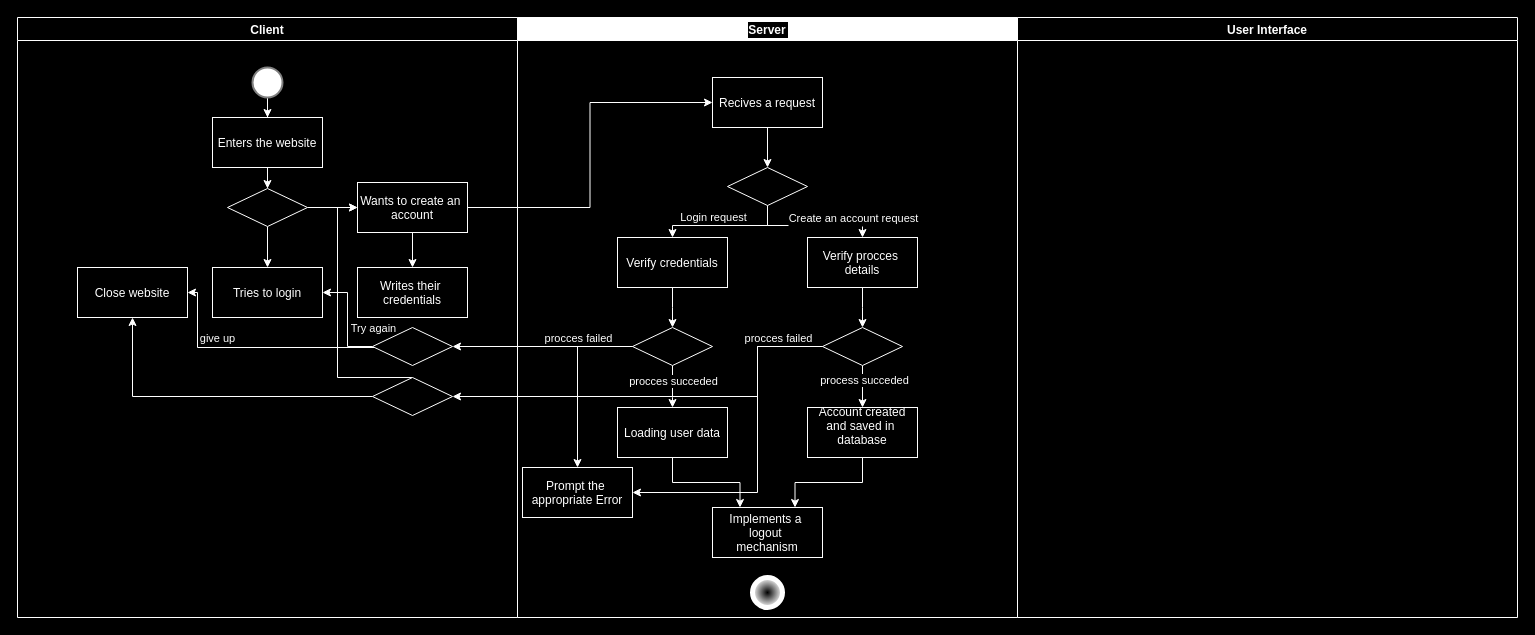
Above: ActivityDiagram.drawio in JJoniV/Clinics-Management-System (draw.io), before the change. Source tidied: cells renumbered, new cells numbered last; positions are measured from the earlier drawing's top-left corner, leaving out a move shared by most shapes. Both pictures are drawn from the tidied source at 100%, with x=0, y=0 at pixel (17, 17).
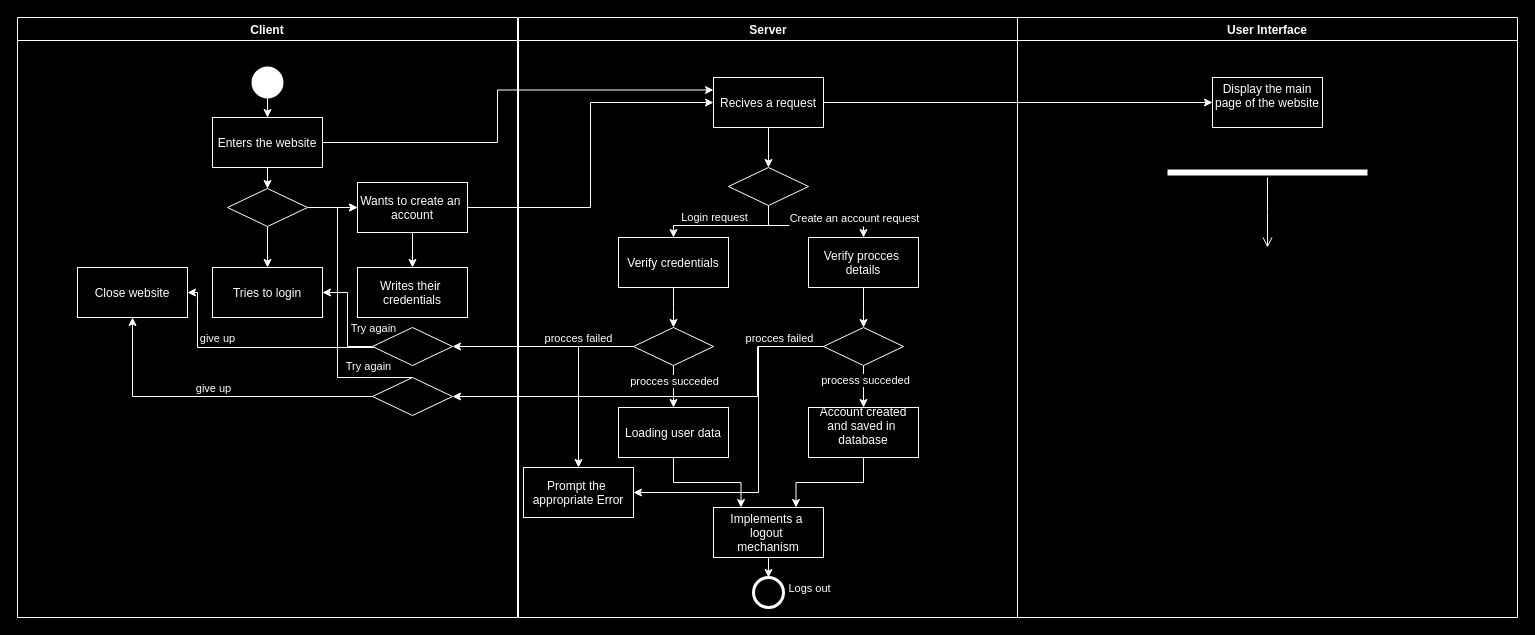
The same page after the edit.

Unchanged cells that the change refers to:
```xml
<mxCell id="2" value="Client" style="swimlane;labelBackgroundColor=#000000;labelBorderColor=#000000;swimlaneLine=1;swimlaneFillColor=#000000;gradientDirection=radial;fontColor=#FFFFFF;fillColor=#000000;fillStyle=auto;strokeColor=#FFFFFF;gradientColor=none;" parent="1" vertex="1">
  <mxGeometry width="500" height="600" as="geometry" />
</mxCell>
<mxCell id="6" value="Enters the website" style="rounded=0;fillColor=#000000;shadow=0;fontColor=#FFFFFF;strokeColor=#FFFFFF;" parent="2" vertex="1">
  <mxGeometry x="195" y="100" width="110" height="50" as="geometry" />
</mxCell>
<mxCell id="25" value="Recives a request" style="rounded=0;fillColor=#000000;shadow=0;fontColor=#FFFFFF;strokeColor=#FFFFFF;" parent="23" vertex="1">
  <mxGeometry x="195" y="60" width="110" height="50" as="geometry" />
</mxCell>
<mxCell id="50" value="Implements a &#10;logout &#10;mechanism" style="rounded=0;fillColor=#000000;shadow=0;fontColor=#FFFFFF;strokeColor=#FFFFFF;" parent="23" vertex="1">
  <mxGeometry x="195" y="490" width="110" height="50" as="geometry" />
</mxCell>
<mxCell id="52" value="User Interface" style="swimlane;fillColor=#000000;fontColor=#FFFFFF;labelBackgroundColor=#000000;labelBorderColor=#000000;strokeColor=#FFFFFF;swimlaneLine=1;swimlaneFillColor=#000000;gradientColor=none;startSize=23;" parent="1" vertex="1">
  <mxGeometry x="1000" width="500" height="600" as="geometry" />
</mxCell>
```

Diff of the diagram source:
```diff
@@
-    <mxCell id="4" style="strokeWidth=2;html=1;shape=mxgraph.flowchart.start_2;whiteSpace=wrap;strokeColor=#808080;fillColor=#FFFFFF;" parent="2" vertex="1">
+    <mxCell id="4" style="strokeWidth=2;html=1;shape=mxgraph.flowchart.start_2;whiteSpace=wrap;strokeColor=#FFFFFF;fillColor=#FFFFFF;" parent="2" vertex="1">
       <mxGeometry x="235" y="50" width="30" height="30" as="geometry" />
     </mxCell>
@@
+    <mxCell id="57" value="Try again" style="edgeLabel;html=1;align=center;verticalAlign=middle;fontColor=#FFFFFF;labelBackgroundColor=#000000;" parent="2" vertex="1">
+      <mxGeometry x="350" y="348" as="geometry" />
+    </mxCell>
+    <mxCell id="58" value="give up" style="edgeLabel;html=1;align=center;verticalAlign=middle;fontColor=#FFFFFF;labelBackgroundColor=#000000;" parent="2" vertex="1">
+      <mxGeometry x="195" y="370" as="geometry" />
+    </mxCell>
-    <mxCell id="23" value="Server" style="swimlane;fillColor=#FFFFFF;fontColor=#FFFFFF;labelBackgroundColor=#000000;labelBorderColor=#000000;strokeColor=#FFFFFF;swimlaneLine=1;swimlaneFillColor=#000000;gradientColor=none;perimeterSpacing=1;rounded=0;" parent="1" vertex="1">
-      <mxGeometry x="500" width="500" height="600" as="geometry" />
+    <mxCell id="23" value="Server" style="swimlane;fillColor=#000000;fontColor=#FFFFFF;labelBackgroundColor=#000000;labelBorderColor=#000000;strokeColor=#FFFFFF;swimlaneLine=1;swimlaneFillColor=#000000;gradientColor=none;perimeterSpacing=1;rounded=0;" parent="1" vertex="1">
+      <mxGeometry x="501" width="500" height="600" as="geometry" />
     </mxCell>
@@
-    <mxCell id="49" style="edgeStyle=orthogonalEdgeStyle;rounded=0;jettySize=auto;html=1;" parent="23" edge="1" source="50" target="51">
-      <mxGeometry relative="1" as="geometry" />
+    <mxCell id="49" style="edgeStyle=orthogonalEdgeStyle;rounded=0;jettySize=auto;html=1;" parent="23" edge="1" source="50">
+      <mxGeometry relative="1" as="geometry">
+        <mxPoint x="250" y="430" as="targetPoint" />
+      </mxGeometry>
     </mxCell>
@@
-    <mxCell id="51" style="strokeWidth=5;html=1;shape=mxgraph.flowchart.start_2;whiteSpace=wrap;shadow=0;perimeterSpacing=130;fillColor=#000000;fontColor=#333333;strokeColor=#FFFFFF;gradientColor=#FFFFFF;gradientDirection=radial;" parent="23" vertex="1">
-      <mxGeometry x="235" y="560" width="30" height="30" as="geometry" />
-    </mxCell>
+    <mxCell id="59" style="points=[[0.145,0.145,0],[0.5,0,0],[0.855,0.145,0],[1,0.5,0],[0.855,0.855,0],[0.5,1,0],[0.145,0.855,0],[0,0.5,0]];shape=mxgraph.bpmn.event;html=1;verticalLabelPosition=bottom;labelBackgroundColor=#000000;verticalAlign=top;align=center;perimeter=ellipsePerimeter;outlineConnect=0;outline=end;symbol=terminate2;fillColor=#000000;strokeColor=#FFFFFF;labelBorderColor=#FFFFFF;fontColor=#FFFFFF;gradientColor=none;noLabel=0;strokeOpacity=100;" parent="23" vertex="1">
+      <mxGeometry x="235" y="560" width="30" height="30" as="geometry" />
+    </mxCell>
+    <mxCell id="60" style="edgeStyle=orthogonalEdgeStyle;rounded=0;jettySize=auto;html=1;entryX=0.5;entryY=0;entryDx=0;entryDy=0;entryPerimeter=0;strokeColor=#FFFFFF;" parent="23" edge="1" source="50" target="59">
+      <mxGeometry relative="1" as="geometry" />
+    </mxCell>
+    <mxCell id="61" value="&lt;span style=&quot;&quot;&gt;&lt;font&gt;Logs out&lt;/font&gt;&lt;/span&gt;" style="edgeLabel;html=1;align=center;verticalAlign=middle;fontColor=#FFFFFF;labelBackgroundColor=#000000;" parent="60" vertex="1">
+      <mxGeometry x="0.06" y="-2" relative="1" as="geometry">
+        <mxPoint x="38" y="22" as="offset" />
+      </mxGeometry>
+    </mxCell>
@@
+    <mxCell id="62" value="Display the main&#10;page of the website&#10;" style="rounded=0;fillColor=#000000;shadow=0;fontColor=#FFFFFF;strokeColor=#FFFFFF;" parent="52" vertex="1">
+      <mxGeometry x="195" y="60" width="110" height="50" as="geometry" />
+    </mxCell>
+    <mxCell id="63" style="shape=line;html=1;strokeWidth=6;fillColor=#eeeeee;strokeColor=#FFFFFF;" parent="52" vertex="1">
+      <mxGeometry x="150" y="150" width="200" height="10" as="geometry" />
+    </mxCell>
+    <mxCell id="64" style="edgeStyle=orthogonalEdgeStyle;html=1;verticalAlign=bottom;endArrow=open;endSize=8;rounded=0;fillColor=#eeeeee;strokeColor=#FFFFFF;" parent="52" edge="1" source="63">
+      <mxGeometry relative="1" as="geometry">
+        <mxPoint x="250" y="230" as="targetPoint" />
+      </mxGeometry>
+    </mxCell>
@@
+    <mxCell id="65" style="edgeStyle=orthogonalEdgeStyle;rounded=0;jettySize=auto;html=1;entryX=0;entryY=0.25;entryDx=0;entryDy=0;strokeColor=#FFFFFF;" parent="1" edge="1" source="6" target="25">
+      <mxGeometry relative="1" as="geometry">
+        <Array as="points">
+          <mxPoint x="480" y="125" />
+          <mxPoint x="480" y="73" />
+        </Array>
+      </mxGeometry>
+    </mxCell>
+    <mxCell id="66" style="edgeStyle=orthogonalEdgeStyle;rounded=0;jettySize=auto;html=1;entryX=0;entryY=0.5;entryDx=0;entryDy=0;strokeColor=#FFFFFF;" parent="1" edge="1" source="25" target="62">
+      <mxGeometry relative="1" as="geometry" />
+    </mxCell>
```
